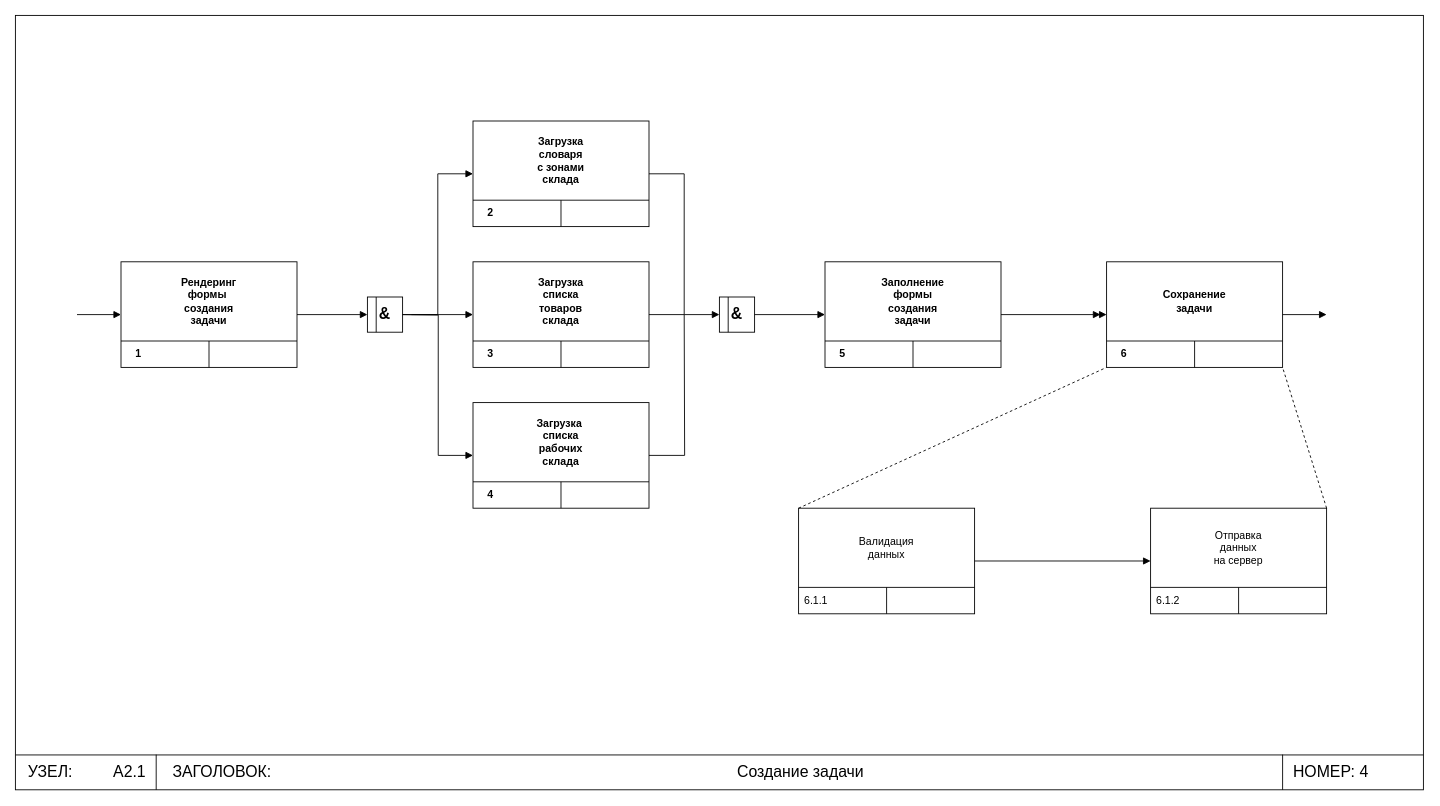
This is page "A2.1" (2 of 4) of Labs/Lab3/IDEF3.drawio from VladDemyanovNew/ISD_7sem, a draw.io file, before an edit. Source tidied: cells renumbered, new cells numbered last; positions are measured from the earlier drawing's top-left corner, leaving out a move shared by most shapes. Both pictures are drawn from the tidied source at 88%, with x=0, y=0 at pixel (15, 15).
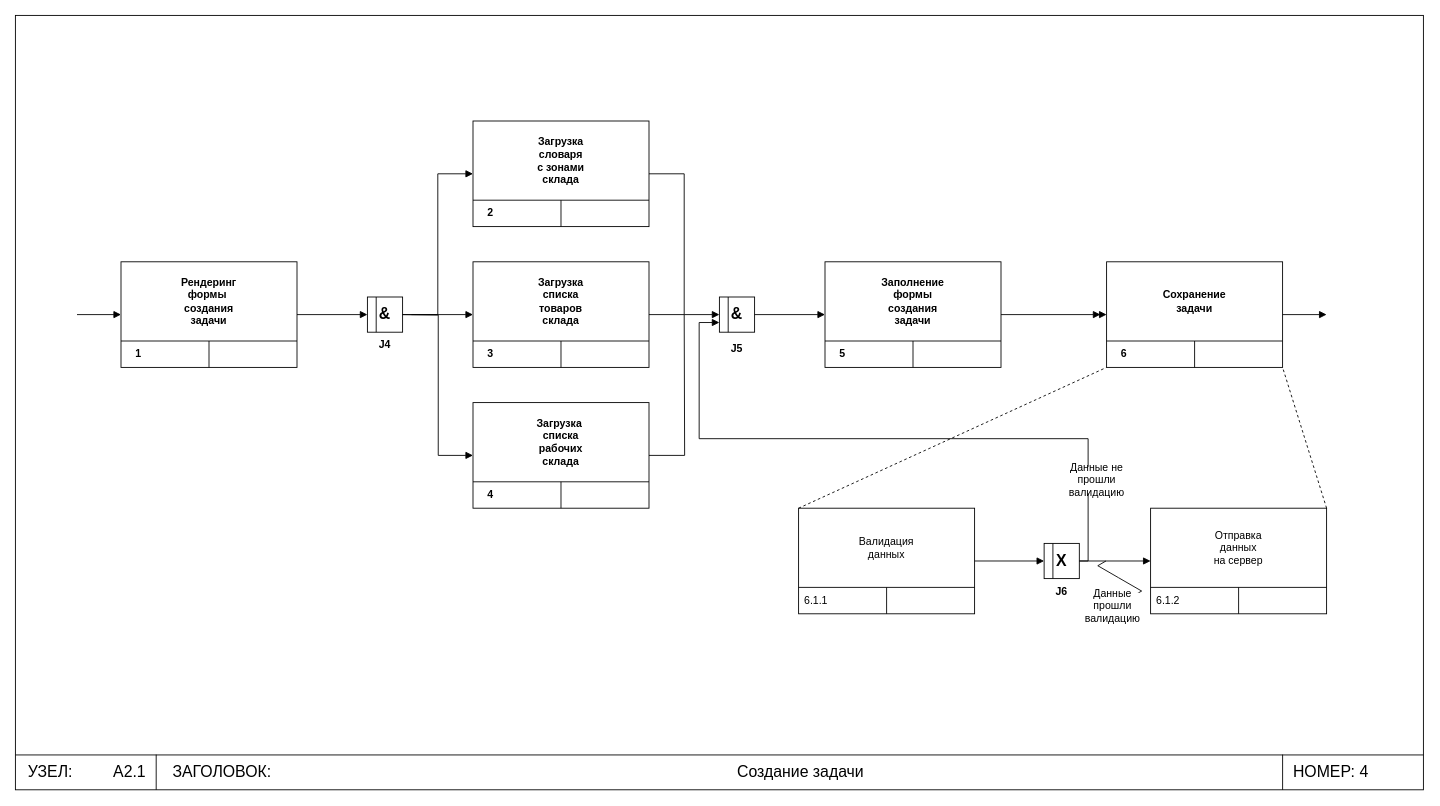
Above is the later version.

Unchanged cells that the change refers to:
```xml
<mxCell id="26" value="&lt;b&gt;&lt;font style=&quot;font-size: 18px;&quot;&gt;&amp;amp;&lt;/font&gt;&lt;/b&gt;" style="text;html=1;strokeColor=none;fillColor=none;align=center;verticalAlign=middle;whiteSpace=wrap;rounded=0;" parent="1" vertex="1">
  <mxGeometry x="790" y="325" width="60" height="30" as="geometry" />
</mxCell>
<mxCell id="43" style="rounded=0;whiteSpace=wrap;html=1;" parent="1" vertex="1">
  <mxGeometry x="890" y="560" width="200" height="120" as="geometry" />
</mxCell>
<mxCell id="48" style="rounded=0;whiteSpace=wrap;html=1;" parent="1" vertex="1">
  <mxGeometry x="1290" y="560" width="200" height="120" as="geometry" />
</mxCell>
```

The edit, as a diff of the source:
```diff
@@
-    <mxCell id="55" style="endArrow=block;html=1;rounded=0;fontSize=18;endFill=1;entryX=0;entryY=0.5;entryDx=0;entryDy=0;exitX=1;exitY=0.5;exitDx=0;exitDy=0;" parent="1" edge="1" source="43" target="48">
-      <mxGeometry relative="1" as="geometry" />
-    </mxCell>
@@
+    <mxCell id="71" value="J4" style="text;html=1;strokeColor=none;fillColor=none;align=center;verticalAlign=middle;whiteSpace=wrap;rounded=0;fontStyle=1;" parent="1" vertex="1">
+      <mxGeometry x="390" y="360" width="60" height="30" as="geometry" />
+    </mxCell>
+    <mxCell id="72" value="J5" style="text;html=1;strokeColor=none;fillColor=none;align=center;verticalAlign=middle;whiteSpace=wrap;rounded=0;fontStyle=1;" parent="1" vertex="1">
+      <mxGeometry x="790" y="364" width="60" height="30" as="geometry" />
+    </mxCell>
+    <mxCell id="73" style="rounded=0;whiteSpace=wrap;html=1;" parent="1" vertex="1">
+      <mxGeometry x="1169" y="600" width="40" height="40" as="geometry" />
+    </mxCell>
+    <mxCell id="74" style="endArrow=none;html=1;rounded=0;entryX=0.25;entryY=0;entryDx=0;entryDy=0;exitX=0.25;exitY=1;exitDx=0;exitDy=0;" parent="1" edge="1" source="73" target="73">
+      <mxGeometry relative="1" as="geometry" />
+    </mxCell>
+    <mxCell id="75" value="&lt;span style=&quot;font-size: 18px;&quot;&gt;&lt;b&gt;X&lt;/b&gt;&lt;/span&gt;" style="text;html=1;strokeColor=none;fillColor=none;align=center;verticalAlign=middle;whiteSpace=wrap;rounded=0;" parent="1" vertex="1">
+      <mxGeometry x="1169" y="607.5" width="40" height="25" as="geometry" />
+    </mxCell>
+    <mxCell id="76" value="J6" style="text;html=1;strokeColor=none;fillColor=none;align=center;verticalAlign=middle;whiteSpace=wrap;rounded=0;fontStyle=1;" parent="1" vertex="1">
+      <mxGeometry x="1159" y="640" width="60" height="30" as="geometry" />
+    </mxCell>
+    <mxCell id="77" style="endArrow=block;html=1;rounded=0;fontSize=18;endFill=1;exitX=1;exitY=0.5;exitDx=0;exitDy=0;entryX=0;entryY=0.5;entryDx=0;entryDy=0;" parent="1" edge="1" source="75" target="48">
+      <mxGeometry relative="1" as="geometry" />
+    </mxCell>
+    <mxCell id="78" style="endArrow=block;html=1;rounded=0;fontSize=18;endFill=1;exitX=1;exitY=0.5;exitDx=0;exitDy=0;entryX=0;entryY=0.5;entryDx=0;entryDy=0;" parent="1" edge="1" source="43" target="75">
+      <mxGeometry relative="1" as="geometry" />
+    </mxCell>
+    <mxCell id="79" style="endArrow=block;html=1;rounded=0;fontSize=18;endFill=1;exitX=1;exitY=0.5;exitDx=0;exitDy=0;edgeStyle=orthogonalEdgeStyle;entryX=0.167;entryY=0.8;entryDx=0;entryDy=0;entryPerimeter=0;" parent="1" edge="1" source="75" target="26">
+      <mxGeometry relative="1" as="geometry">
+        <Array as="points">
+          <mxPoint x="1219" y="620" />
+          <mxPoint x="1219" y="481" />
+          <mxPoint x="777" y="481" />
+          <mxPoint x="777" y="349" />
+        </Array>
+      </mxGeometry>
+    </mxCell>
+    <mxCell id="80" style="edgeStyle=isometricEdgeStyle;endArrow=none;html=1;rounded=0;" parent="1" edge="1">
+      <mxGeometry relative="1" as="geometry">
+        <mxPoint x="1250.6" y="671" as="sourcePoint" />
+        <mxPoint x="1239.3" y="620" as="targetPoint" />
+        <Array as="points">
+          <mxPoint x="1253.6" y="639" />
+        </Array>
+      </mxGeometry>
+    </mxCell>
+    <mxCell id="81" value="Данные прошли валидацию" style="text;html=1;align=center;verticalAlign=middle;whiteSpace=wrap;rounded=0;fillColor=default;" parent="1" vertex="1">
+      <mxGeometry x="1217" y="656" width="60" height="30" as="geometry" />
+    </mxCell>
+    <mxCell id="82" value="Данные не прошли валидацию" style="text;html=1;align=center;verticalAlign=middle;whiteSpace=wrap;rounded=0;fillColor=default;" parent="1" vertex="1">
+      <mxGeometry x="1199" y="513" width="60" height="30" as="geometry" />
+    </mxCell>
```
